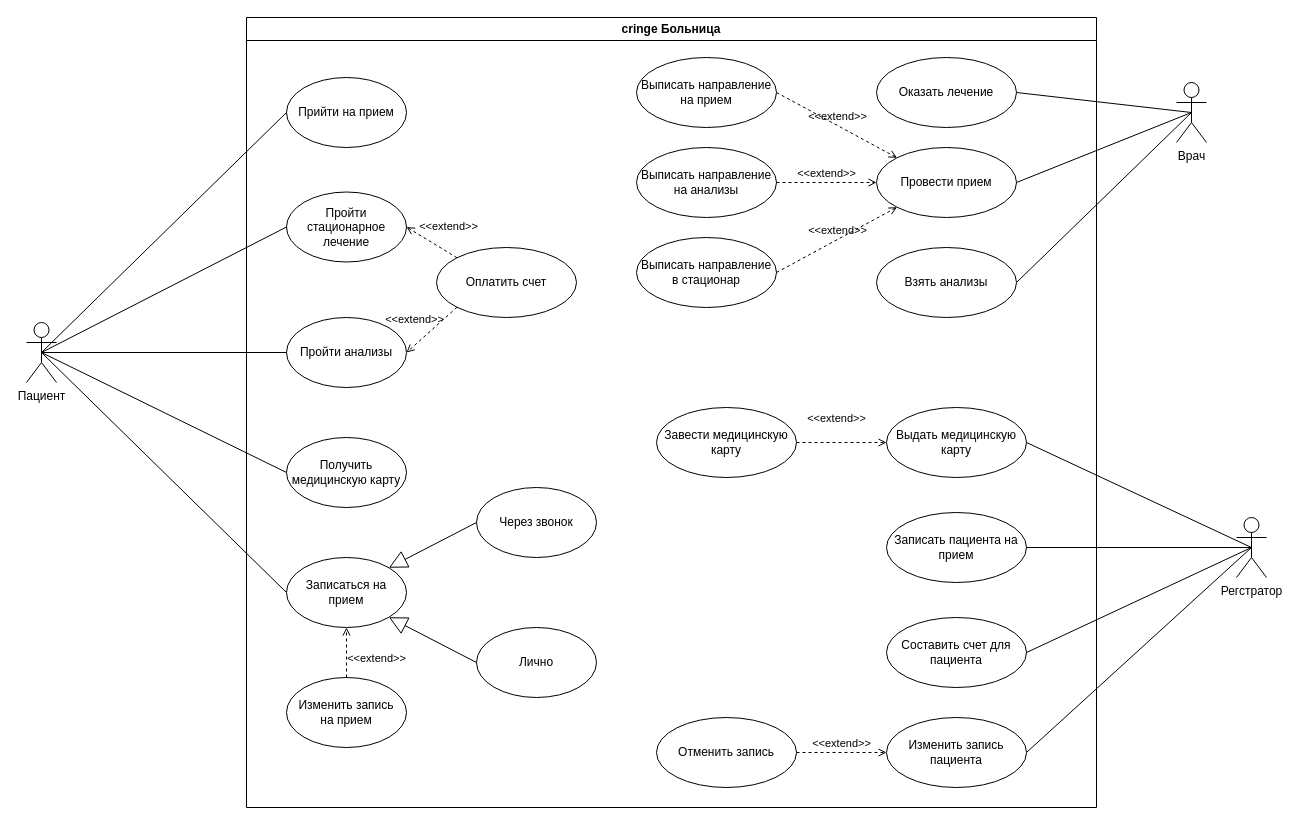
This is lab3/.drawio/use_case.drawio from nedeadinside/oaoaoaoaoaoaoaoa, a draw.io file, before an edit. Source tidied: cells renumbered, new cells numbered last; positions are measured from the earlier drawing's top-left corner, leaving out a move shared by most shapes. Both pictures are drawn from the tidied source at 100%, with x=0, y=0 at pixel (26, 17).
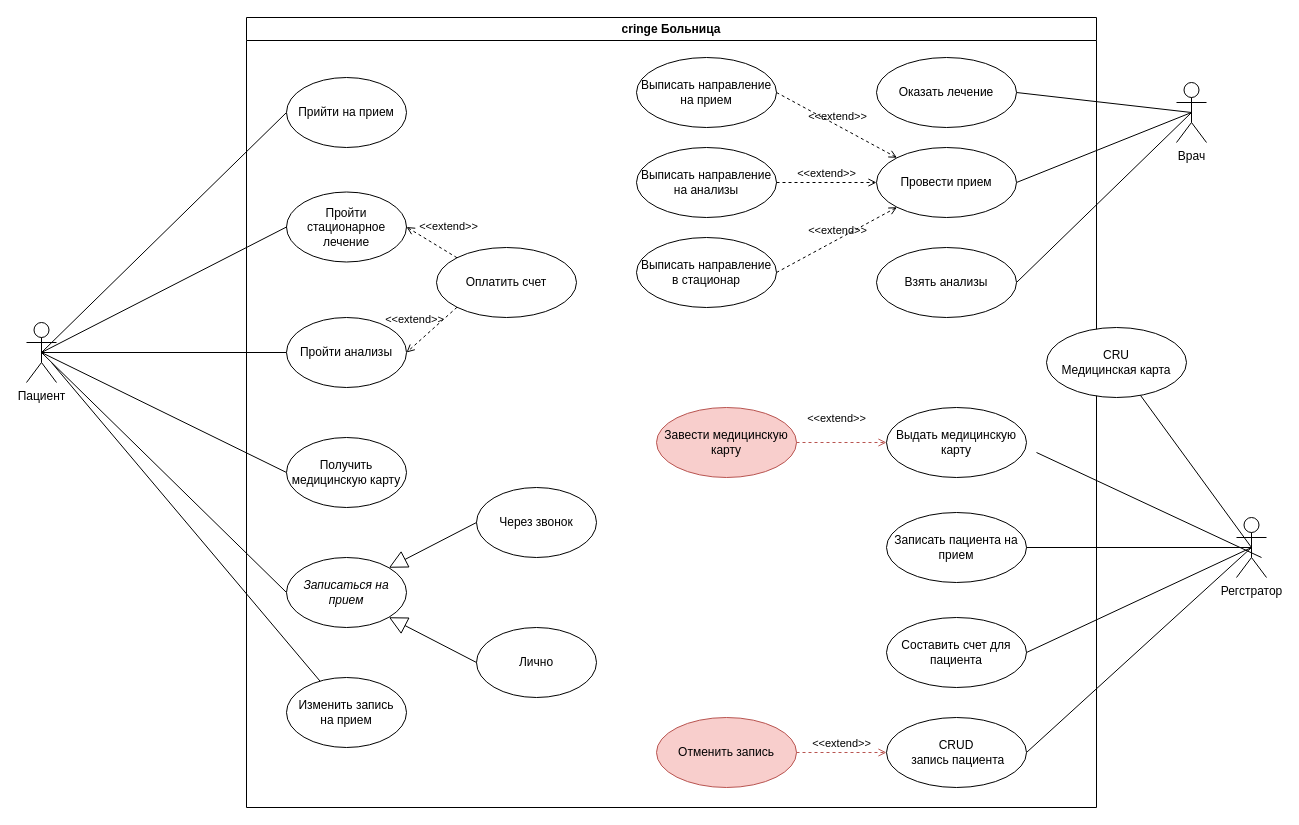
Above is the later version.

Unchanged cells that the change refers to:
```xml
<mxCell id="12" value="cringe Больница" style="swimlane;whiteSpace=wrap;html=1;" parent="1" vertex="1">
  <mxGeometry x="220" width="850" height="790" as="geometry" />
</mxCell>
<mxCell id="23" value="Выдать медицинскую карту" style="ellipse;whiteSpace=wrap;html=1;" parent="12" vertex="1">
  <mxGeometry x="640" y="390" width="140" height="70" as="geometry" />
</mxCell>
<mxCell id="29" value="Регстратор" style="shape=umlActor;verticalLabelPosition=bottom;verticalAlign=top;html=1;" parent="12" vertex="1">
  <mxGeometry x="990" y="500" width="30" height="60" as="geometry" />
</mxCell>
<mxCell id="33" value="Изменить запись&lt;div&gt;на прием&lt;/div&gt;" style="ellipse;whiteSpace=wrap;html=1;" parent="12" vertex="1">
  <mxGeometry x="40" y="660" width="120" height="70" as="geometry" />
</mxCell>
```

The edit, as a diff of the source:
```diff
@@
-    <mxCell id="24" value="Завести медицинскую карту" style="ellipse;whiteSpace=wrap;html=1;" parent="12" vertex="1">
+    <mxCell id="24" value="Завести медицинскую карту" style="ellipse;whiteSpace=wrap;html=1;fillColor=#f8cecc;strokeColor=#b85450;" parent="12" vertex="1">
       <mxGeometry x="410" y="390" width="140" height="70" as="geometry" />
     </mxCell>
-    <mxCell id="25" value="&amp;lt;&amp;lt;extend&amp;gt;&amp;gt;" style="html=1;verticalAlign=bottom;labelBackgroundColor=none;endArrow=open;endFill=0;dashed=1;rounded=0;exitX=1;exitY=0.5;exitDx=0;exitDy=0;entryX=0;entryY=0.5;entryDx=0;entryDy=0;" parent="12" edge="1" source="24" target="23">
+    <mxCell id="25" value="&amp;lt;&amp;lt;extend&amp;gt;&amp;gt;" style="html=1;verticalAlign=bottom;labelBackgroundColor=none;endArrow=open;endFill=0;dashed=1;rounded=0;exitX=1;exitY=0.5;exitDx=0;exitDy=0;entryX=0;entryY=0.5;entryDx=0;entryDy=0;fillColor=#f8cecc;strokeColor=#b85450;" parent="12" edge="1" source="24" target="23">
       <mxGeometry x="-0.11" y="15" relative="1" as="geometry" />
     </mxCell>
@@
-    <mxCell id="30" style="rounded=0;jettySize=auto;html=1;exitX=0.5;exitY=0.5;exitDx=0;exitDy=0;exitPerimeter=0;entryX=1;entryY=0.5;entryDx=0;entryDy=0;endArrow=none;endFill=0;" parent="12" edge="1" source="29" target="23">
-      <mxGeometry relative="1" as="geometry" />
-    </mxCell>
@@
-    <mxCell id="34" value="Изменить запись пациента" style="ellipse;whiteSpace=wrap;html=1;" parent="12" vertex="1">
+    <mxCell id="34" value="CRUD&lt;br&gt;&amp;nbsp;запись пациента" style="ellipse;whiteSpace=wrap;html=1;" parent="12" vertex="1">
       <mxGeometry x="640" y="700" width="140" height="70" as="geometry" />
     </mxCell>
-    <mxCell id="35" value="Отменить запись" style="ellipse;whiteSpace=wrap;html=1;" parent="12" vertex="1">
+    <mxCell id="35" value="Отменить запись" style="ellipse;whiteSpace=wrap;html=1;fillColor=#f8cecc;strokeColor=#b85450;" parent="12" vertex="1">
       <mxGeometry x="410" y="700" width="140" height="70" as="geometry" />
     </mxCell>
-    <mxCell id="36" value="&amp;lt;&amp;lt;extend&amp;gt;&amp;gt;" style="html=1;verticalAlign=bottom;labelBackgroundColor=none;endArrow=open;endFill=0;dashed=1;rounded=0;exitX=1;exitY=0.5;exitDx=0;exitDy=0;entryX=0;entryY=0.5;entryDx=0;entryDy=0;" parent="12" edge="1" source="35" target="34">
+    <mxCell id="36" value="&amp;lt;&amp;lt;extend&amp;gt;&amp;gt;" style="html=1;verticalAlign=bottom;labelBackgroundColor=none;endArrow=open;endFill=0;dashed=1;rounded=0;exitX=1;exitY=0.5;exitDx=0;exitDy=0;entryX=0;entryY=0.5;entryDx=0;entryDy=0;fillColor=#f8cecc;strokeColor=#b85450;" parent="12" edge="1" source="35" target="34">
       <mxGeometry relative="1" as="geometry" />
     </mxCell>
@@
-    <mxCell id="42" value="Записаться на прием" style="ellipse;whiteSpace=wrap;html=1;" parent="1" vertex="1">
+    <mxCell id="42" value="&lt;i&gt;Записаться на прием&lt;/i&gt;" style="ellipse;whiteSpace=wrap;html=1;" parent="1" vertex="1">
       <mxGeometry x="260" y="540" width="120" height="70" as="geometry" />
     </mxCell>
@@
-    <mxCell id="48" value="&amp;lt;&amp;lt;extend&amp;gt;&amp;gt;" style="html=1;verticalAlign=bottom;labelBackgroundColor=none;endArrow=open;endFill=0;dashed=1;rounded=0;exitX=0.5;exitY=0;exitDx=0;exitDy=0;entryX=0.5;entryY=1;entryDx=0;entryDy=0;" parent="1" edge="1" source="33" target="42">
-      <mxGeometry x="-0.6" y="-30" relative="1" as="geometry" />
-    </mxCell>
+    <mxCell id="49" style="rounded=0;jettySize=auto;html=1;exitX=0.5;exitY=0.5;exitDx=0;exitDy=0;exitPerimeter=0;endArrow=none;endFill=0;" parent="1" edge="1" target="33">
+      <mxGeometry relative="1" as="geometry">
+        <mxPoint x="25" y="345" as="sourcePoint" />
+      </mxGeometry>
+    </mxCell>
+    <mxCell id="50" value="CRU&lt;br&gt;Медицинская карта" style="ellipse;whiteSpace=wrap;html=1;" parent="1" vertex="1">
+      <mxGeometry x="1020" y="310" width="140" height="70" as="geometry" />
+    </mxCell>
+    <mxCell id="51" style="rounded=0;orthogonalLoop=1;jettySize=auto;html=1;exitX=0.5;exitY=0.5;exitDx=0;exitDy=0;exitPerimeter=0;entryX=1;entryY=0.5;entryDx=0;entryDy=0;endArrow=none;endFill=0;" parent="1" edge="1">
+      <mxGeometry relative="1" as="geometry">
+        <mxPoint x="1235" y="540" as="sourcePoint" />
+        <mxPoint x="1010" y="435" as="targetPoint" />
+      </mxGeometry>
+    </mxCell>
+    <mxCell id="30" style="rounded=0;jettySize=auto;html=1;exitX=0.5;exitY=0.5;exitDx=0;exitDy=0;exitPerimeter=0;endArrow=none;endFill=0;" parent="1" edge="1" source="29" target="50">
+      <mxGeometry relative="1" as="geometry" />
+    </mxCell>
```
